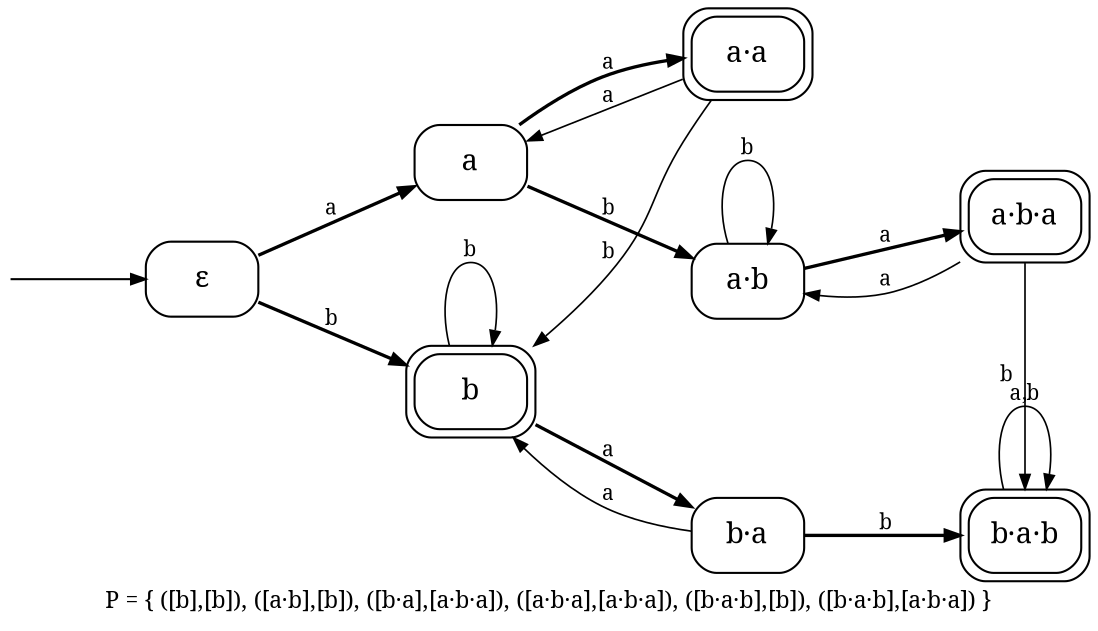
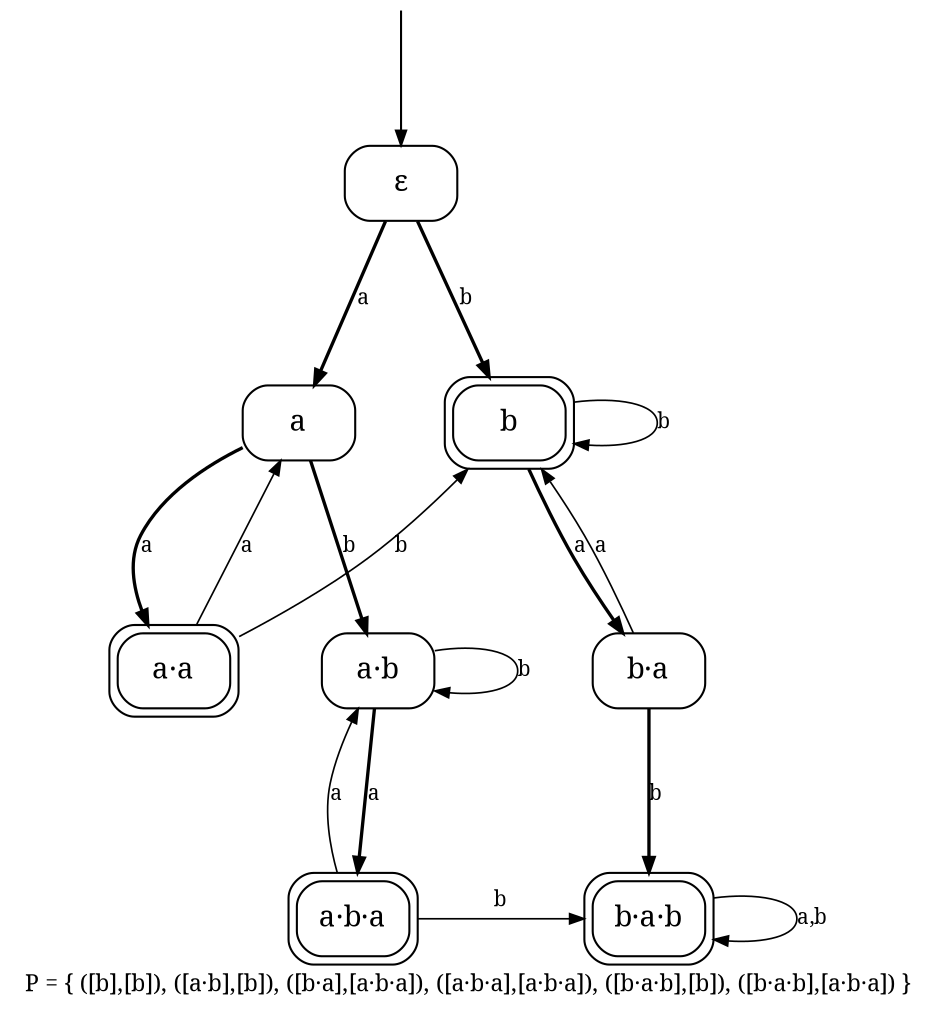
// sos2cayley evenblocks.sos --rename a=a,!a=b
digraph core_F3_evenblocks {
-   rankdir=LR;
+   rankdir=TB;
  ranksep=0.87; nodesep=0.55;
  node [shape=box, style=rounded, fontname="serif", margin="0.06,0.03"];
  edge [fontname="serif", fontsize=10, arrowsize=0.7];
  label="P = { ([b],[b]), ([a·b],[b]), ([b·a],[a·b·a]), ([a·b·a],[a·b·a]), ([b·a·b],[b]), ([b·a·b],[a·b·a]) }"; labelloc="b"; labeljust="c";
  fontname="serif"; fontsize=11;

  eps [label="ε"];
  a [label="a"];
  b [label="b", peripheries=2];
  aa [label="a·a", peripheries=2];
  ab [label="a·b"];
  ba [label="b·a"];
  aba [label="a·b·a", peripheries=2];
  bab [label="b·a·b", peripheries=2];
  _init [shape=none, label="", width=0.02, height=0.02];
  _init -> eps;

  { rank=same; eps; }
  { rank=same; a b; }
  { rank=same; aa ab ba; }
  { rank=same; aba bab; }

  eps -> a [label="a", penwidth=1.6];
  eps -> b [label="b", penwidth=1.6];
  a -> aa [label="a", penwidth=1.6];
  a -> ab [label="b", penwidth=1.6];
  b -> ba [label="a", penwidth=1.6];
  b -> b [label="b", penwidth=0.8];
  aa -> a [label="a", penwidth=0.8];
  aa -> b [label="b", penwidth=0.8];
  ab -> aba [label="a", penwidth=1.6];
  ab -> ab [label="b", penwidth=0.8];
  ba -> b [label="a", penwidth=0.8];
  ba -> bab [label="b", penwidth=1.6];
  aba -> ab [label="a", penwidth=0.8];
  aba -> bab [label="b", penwidth=0.8];
  bab -> bab [label="a,b", penwidth=0.8];
}
